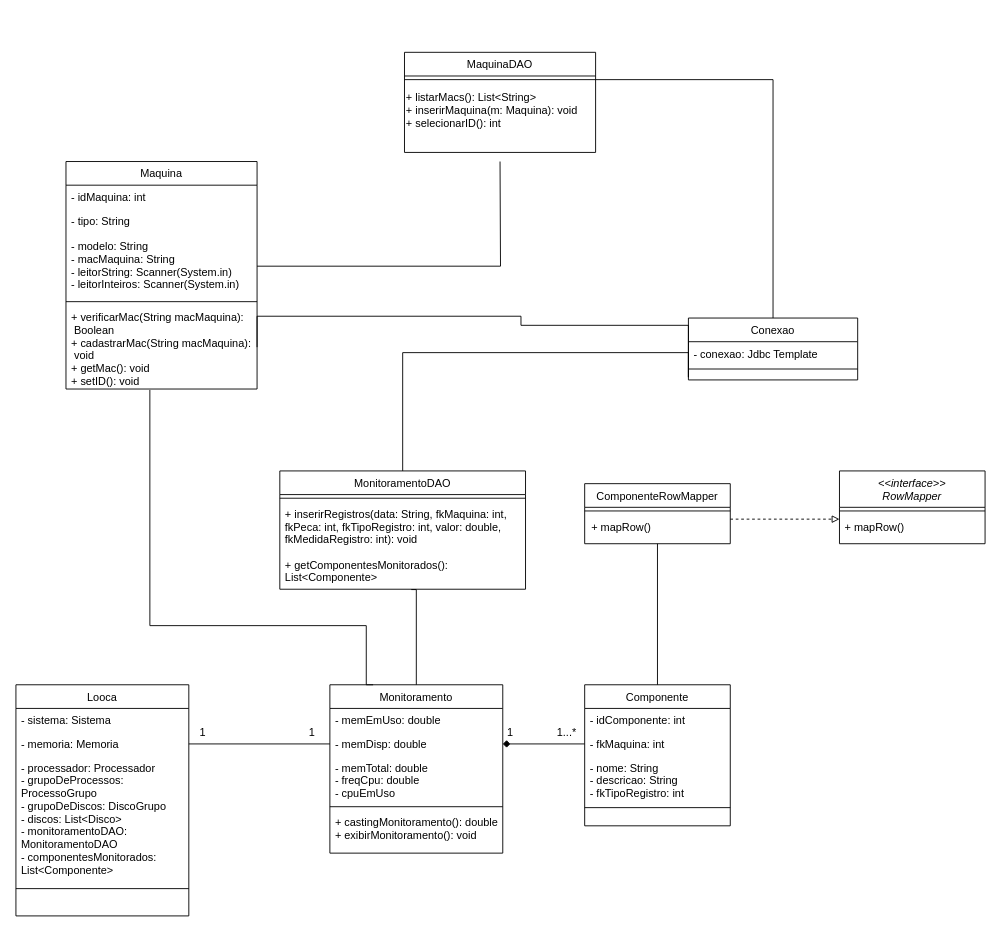
Earlier version of the draw.io diagram JavaSP3/DiagDeClasse.drawio (Health-Tech-Solutions/Health-Tech-Solutions). Source tidied: cells renumbered, new cells numbered last; positions are measured from the earlier drawing's top-left corner, leaving out a move shared by most shapes. Both pictures are drawn from the tidied source at 91%, with x=0, y=0 at pixel (15, 52).
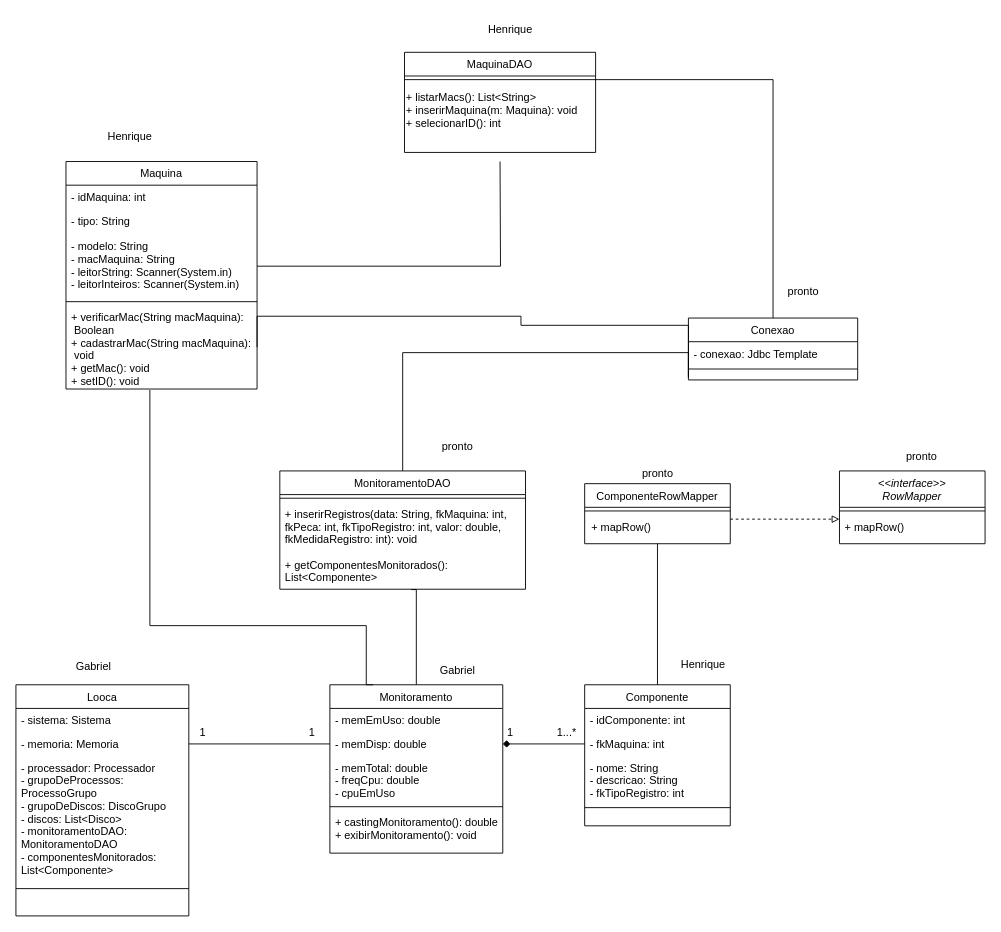
The same page after the edit.

Commit message:
Diagrama com o nome de quem vai fzr cada classe

Diff of the diagram source:
```diff
@@
+    <mxCell id="54" value="Gabriel" style="text;html=1;align=center;verticalAlign=middle;strokeColor=none;fillColor=none;" parent="1" vertex="1">
+      <mxGeometry x="455" y="665" width="60" height="30" as="geometry" />
+    </mxCell>
+    <mxCell id="55" value="Gabriel" style="text;html=1;align=center;verticalAlign=middle;strokeColor=none;fillColor=none;" parent="1" vertex="1">
+      <mxGeometry x="55" y="660" width="60" height="30" as="geometry" />
+    </mxCell>
+    <mxCell id="56" value="Henrique" style="text;html=1;align=center;verticalAlign=middle;strokeColor=none;fillColor=none;" parent="1" vertex="1">
+      <mxGeometry x="720" y="658" width="70" height="30" as="geometry" />
+    </mxCell>
+    <mxCell id="57" value="Henrique" style="text;html=1;align=center;verticalAlign=middle;strokeColor=none;fillColor=none;" parent="1" vertex="1">
+      <mxGeometry x="90" y="78" width="70" height="30" as="geometry" />
+    </mxCell>
+    <mxCell id="58" value="Henrique" style="text;html=1;align=center;verticalAlign=middle;strokeColor=none;fillColor=none;" parent="1" vertex="1">
+      <mxGeometry x="508" y="-40" width="70" height="30" as="geometry" />
+    </mxCell>
+    <mxCell id="59" value="pronto" style="text;html=1;align=center;verticalAlign=middle;strokeColor=none;fillColor=none;" parent="1" vertex="1">
+      <mxGeometry x="455" y="418" width="60" height="30" as="geometry" />
+    </mxCell>
+    <mxCell id="60" value="pronto" style="text;html=1;align=center;verticalAlign=middle;strokeColor=none;fillColor=none;" parent="1" vertex="1">
+      <mxGeometry x="835" y="248" width="60" height="30" as="geometry" />
+    </mxCell>
+    <mxCell id="61" value="pronto" style="text;html=1;align=center;verticalAlign=middle;strokeColor=none;fillColor=none;" parent="1" vertex="1">
+      <mxGeometry x="965" y="430" width="60" height="30" as="geometry" />
+    </mxCell>
+    <mxCell id="62" value="pronto" style="text;html=1;align=center;verticalAlign=middle;strokeColor=none;fillColor=none;" parent="1" vertex="1">
+      <mxGeometry x="675" y="448" width="60" height="30" as="geometry" />
+    </mxCell>
```
